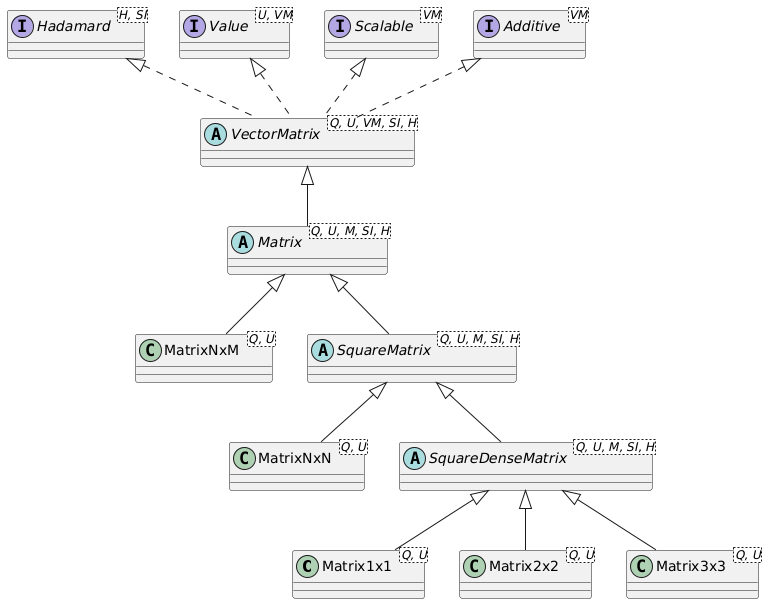
Above: docs/images/matrix.png in averbraeck/djunits (PlantUML), before the change.
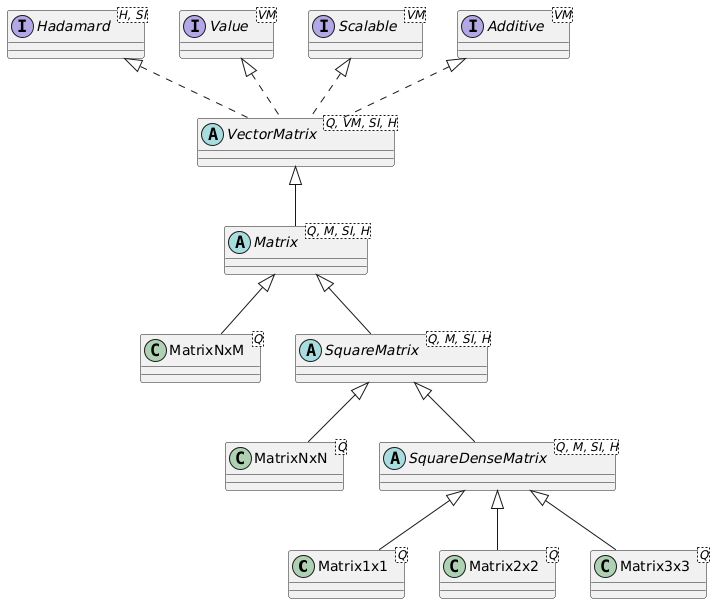
Above is the later version.

Commit message:
Issue #127. Update class diagrams for <Q> instead of <Q, U>

Change to the diagram source:
```diff
@@ -1,17 +1,17 @@
 @startuml
-class Matrix1x1<Q, U>
-class Matrix2x2<Q, U>
-class Matrix3x3<Q, U>
-class MatrixNxN<Q, U>
-class MatrixNxM<Q, U>
+class Matrix1x1<Q>
+class Matrix2x2<Q>
+class Matrix3x3<Q>
+class MatrixNxN<Q>
+class MatrixNxM<Q>
 
-abstract class VectorMatrix<Q, U, VM, SI, H>
-abstract class Matrix<Q, U, M, SI, H>
-abstract class SquareMatrix<Q, U, M, SI, H>
-abstract class SquareDenseMatrix<Q, U, M, SI, H>
+abstract class VectorMatrix<Q, VM, SI, H>
+abstract class Matrix<Q, M, SI, H>
+abstract class SquareMatrix<Q, M, SI, H>
+abstract class SquareDenseMatrix<Q, M, SI, H>
 
 interface Hadamard<H, SI>
-interface Value<U, VM>
+interface Value<VM>
 interface Scalable<VM>
 interface Additive<VM>
 
```
